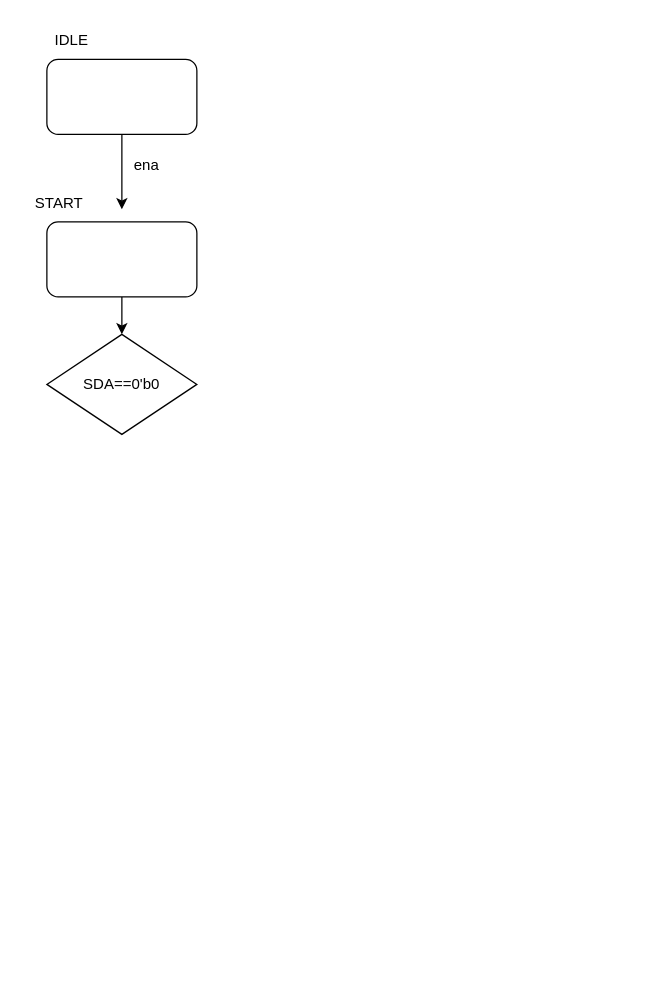
Earlier version of the draw.io diagram i2c_master.drawio (MirMaiti/I2C). Source tidied: cells renumbered, new cells numbered last; positions are measured from the earlier drawing's top-left corner, leaving out a move shared by most shapes. Both pictures are drawn from the tidied source at 125%, with x=0, y=0 at pixel (21, 21).
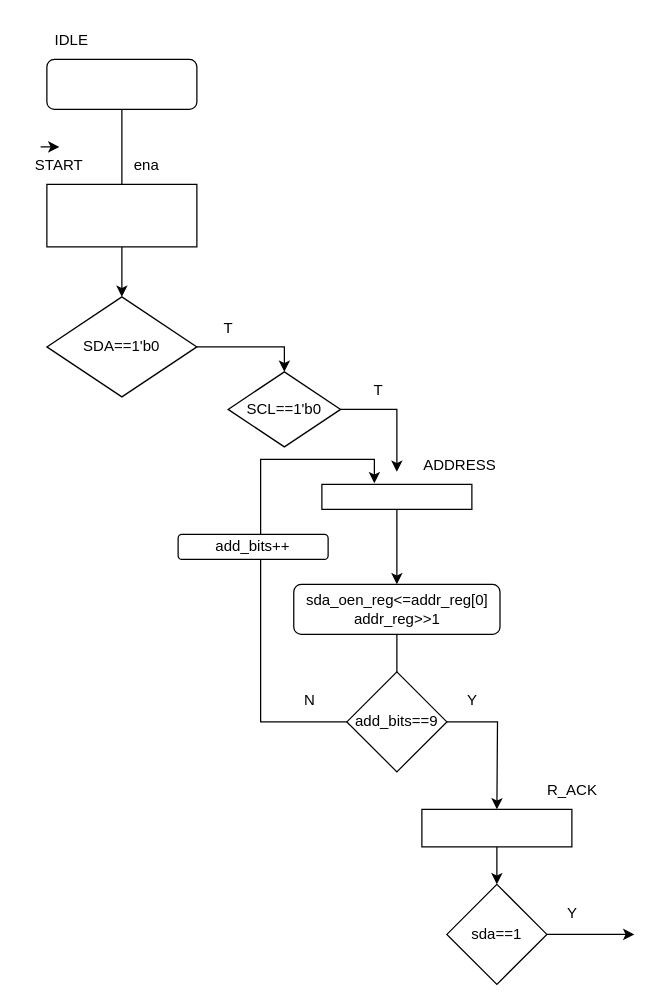
The same page after the edit.

Change to the diagram source:
```diff
@@
     <mxCell id="2" style="rounded=1;whiteSpace=wrap;html=1;" parent="1" vertex="1">
-      <mxGeometry x="20" y="30" width="120" height="60" as="geometry" />
+      <mxGeometry x="20" y="30" width="120" height="40" as="geometry" />
     </mxCell>
@@
-    <mxCell id="6" style="rounded=1;whiteSpace=wrap;html=1;" parent="1" vertex="1">
-      <mxGeometry x="20" y="160" width="120" height="60" as="geometry" />
-    </mxCell>
     <mxCell id="7" value="START" style="text;html=1;align=center;verticalAlign=middle;whiteSpace=wrap;rounded=0;" parent="1" vertex="1">
-      <mxGeometry y="130" width="60" height="30" as="geometry" />
+      <mxGeometry y="100" width="60" height="30" as="geometry" />
     </mxCell>
-    <mxCell id="8" style="endArrow=classic;html=1;rounded=0;exitX=0.5;exitY=1;exitDx=0;exitDy=0;" parent="1" edge="1" source="6" target="9">
-      <mxGeometry relative="1" as="geometry" />
-    </mxCell>
-    <mxCell id="9" value="SDA==0'b0" style="rhombus;whiteSpace=wrap;html=1;" parent="1" vertex="1">
-      <mxGeometry x="20" y="250" width="120" height="80" as="geometry" />
+    <mxCell id="9" value="SDA==1'b0" style="rhombus;whiteSpace=wrap;html=1;" parent="1" vertex="1">
+      <mxGeometry x="20" y="220" width="120" height="80" as="geometry" />
     </mxCell>
+    <mxCell id="10" style="endArrow=classic;html=1;rounded=0;exitX=1;exitY=0.5;exitDx=0;exitDy=0;" parent="1" edge="1" source="9">
+      <mxGeometry relative="1" as="geometry">
+        <mxPoint x="210" y="280" as="targetPoint" />
+        <Array as="points">
+          <mxPoint x="210" y="260" />
+        </Array>
+      </mxGeometry>
+    </mxCell>
+    <mxCell id="11" style="edgeStyle=orthogonalEdgeStyle;rounded=0;jettySize=auto;html=1;entryX=0.5;entryY=0;entryDx=0;entryDy=0;" parent="1" edge="1" source="12" target="9">
+      <mxGeometry relative="1" as="geometry" />
+    </mxCell>
+    <mxCell id="12" style="rounded=0;whiteSpace=wrap;html=1;" parent="1" vertex="1">
+      <mxGeometry x="20" y="130" width="120" height="50" as="geometry" />
+    </mxCell>
+    <mxCell id="13" style="edgeStyle=orthogonalEdgeStyle;rounded=0;orthogonalLoop=1;jettySize=auto;html=1;exitX=0.25;exitY=0;exitDx=0;exitDy=0;entryX=0.5;entryY=0;entryDx=0;entryDy=0;" parent="1" edge="1" source="7" target="7">
+      <mxGeometry relative="1" as="geometry" />
+    </mxCell>
+    <mxCell id="14" style="edgeStyle=orthogonalEdgeStyle;rounded=0;jettySize=auto;html=1;exitX=0.5;exitY=1;exitDx=0;exitDy=0;entryX=0.5;entryY=0;entryDx=0;entryDy=0;" parent="1" edge="1" source="15" target="18">
+      <mxGeometry relative="1" as="geometry" />
+    </mxCell>
+    <mxCell id="15" style="rounded=0;whiteSpace=wrap;html=1;" parent="1" vertex="1">
+      <mxGeometry x="240" y="370" width="120" height="20" as="geometry" />
+    </mxCell>
+    <mxCell id="16" value="ADDRESS" style="text;html=1;align=center;verticalAlign=middle;strokeColor=none;fillColor=none;" parent="1" vertex="1">
+      <mxGeometry x="310" y="340" width="80" height="30" as="geometry" />
+    </mxCell>
+    <mxCell id="17" style="edgeStyle=orthogonalEdgeStyle;rounded=0;jettySize=auto;html=1;" parent="1" edge="1" source="18">
+      <mxGeometry relative="1" as="geometry">
+        <mxPoint x="300" y="540" as="targetPoint" />
+      </mxGeometry>
+    </mxCell>
+    <mxCell id="18" value="&lt;div&gt;sda_oen_reg&amp;lt;=addr_reg[0]&lt;/div&gt;&lt;div&gt;addr_reg&amp;gt;&amp;gt;1&lt;/div&gt;" style="rounded=1;whiteSpace=wrap;html=1;" parent="1" vertex="1">
+      <mxGeometry x="217.5" y="450" width="165" height="40" as="geometry" />
+    </mxCell>
+    <mxCell id="19" value="T" style="text;html=1;align=center;verticalAlign=middle;strokeColor=none;fillColor=none;" parent="1" vertex="1">
+      <mxGeometry x="150" y="230" width="30" height="30" as="geometry" />
+    </mxCell>
+    <mxCell id="20" value="SCL==1'b0" style="rhombus;whiteSpace=wrap;html=1;" parent="1" vertex="1">
+      <mxGeometry x="165" y="280" width="90" height="60" as="geometry" />
+    </mxCell>
+    <mxCell id="21" style="endArrow=classic;html=1;rounded=0;exitX=1;exitY=0.5;exitDx=0;exitDy=0;" parent="1" edge="1" source="20">
+      <mxGeometry relative="1" as="geometry">
+        <mxPoint x="300" y="360" as="targetPoint" />
+        <Array as="points">
+          <mxPoint x="300" y="310" />
+        </Array>
+      </mxGeometry>
+    </mxCell>
+    <mxCell id="22" value="T" style="text;html=1;align=center;verticalAlign=middle;strokeColor=none;fillColor=none;" parent="1" vertex="1">
+      <mxGeometry x="270" y="280" width="30" height="30" as="geometry" />
+    </mxCell>
+    <mxCell id="23" style="edgeStyle=orthogonalEdgeStyle;rounded=0;jettySize=auto;html=1;entryX=0.35;entryY=-0.04;entryDx=0;entryDy=0;entryPerimeter=0;" parent="1" edge="1" source="25" target="15">
+      <mxGeometry relative="1" as="geometry">
+        <Array as="points">
+          <mxPoint x="191" y="560" />
+          <mxPoint x="191" y="350" />
+          <mxPoint x="282" y="350" />
+        </Array>
+      </mxGeometry>
+    </mxCell>
+    <mxCell id="24" style="edgeStyle=orthogonalEdgeStyle;rounded=0;jettySize=auto;html=1;" parent="1" edge="1" source="25">
+      <mxGeometry relative="1" as="geometry">
+        <mxPoint x="380" y="630" as="targetPoint" />
+      </mxGeometry>
+    </mxCell>
+    <mxCell id="25" value="add_bits==9" style="rhombus;whiteSpace=wrap;html=1;" parent="1" vertex="1">
+      <mxGeometry x="260" y="520" width="80" height="80" as="geometry" />
+    </mxCell>
+    <mxCell id="26" value="N" style="text;html=1;align=center;verticalAlign=middle;strokeColor=none;fillColor=none;" parent="1" vertex="1">
+      <mxGeometry x="215" y="528" width="30" height="30" as="geometry" />
+    </mxCell>
+    <mxCell id="27" value="add_bits++" style="rounded=1;whiteSpace=wrap;html=1;" parent="1" vertex="1">
+      <mxGeometry x="125" y="410" width="120" height="20" as="geometry" />
+    </mxCell>
+    <mxCell id="28" value="Y" style="text;html=1;align=center;verticalAlign=middle;strokeColor=none;fillColor=none;" parent="1" vertex="1">
+      <mxGeometry x="345" y="528" width="30" height="30" as="geometry" />
+    </mxCell>
+    <mxCell id="29" style="edgeStyle=orthogonalEdgeStyle;rounded=0;jettySize=auto;html=1;" parent="1" edge="1" source="30">
+      <mxGeometry relative="1" as="geometry">
+        <mxPoint x="380" y="690" as="targetPoint" />
+      </mxGeometry>
+    </mxCell>
+    <mxCell id="30" style="whiteSpace=wrap;html=1;" parent="1" vertex="1">
+      <mxGeometry x="320" y="630" width="120" height="30" as="geometry" />
+    </mxCell>
+    <mxCell id="31" value="R_ACK" style="text;html=1;align=center;verticalAlign=middle;strokeColor=none;fillColor=none;" parent="1" vertex="1">
+      <mxGeometry x="410" y="600" width="60" height="30" as="geometry" />
+    </mxCell>
+    <mxCell id="32" style="edgeStyle=orthogonalEdgeStyle;rounded=0;jettySize=auto;html=1;" parent="1" edge="1" source="33">
+      <mxGeometry relative="1" as="geometry">
+        <mxPoint x="490" y="730" as="targetPoint" />
+      </mxGeometry>
+    </mxCell>
+    <mxCell id="33" value="sda==1" style="rhombus;whiteSpace=wrap;html=1;" parent="1" vertex="1">
+      <mxGeometry x="340" y="690" width="80" height="80" as="geometry" />
+    </mxCell>
+    <mxCell id="34" value="Y" style="text;html=1;align=center;verticalAlign=middle;strokeColor=none;fillColor=none;" parent="1" vertex="1">
+      <mxGeometry x="425" y="698" width="30" height="30" as="geometry" />
+    </mxCell>
```
